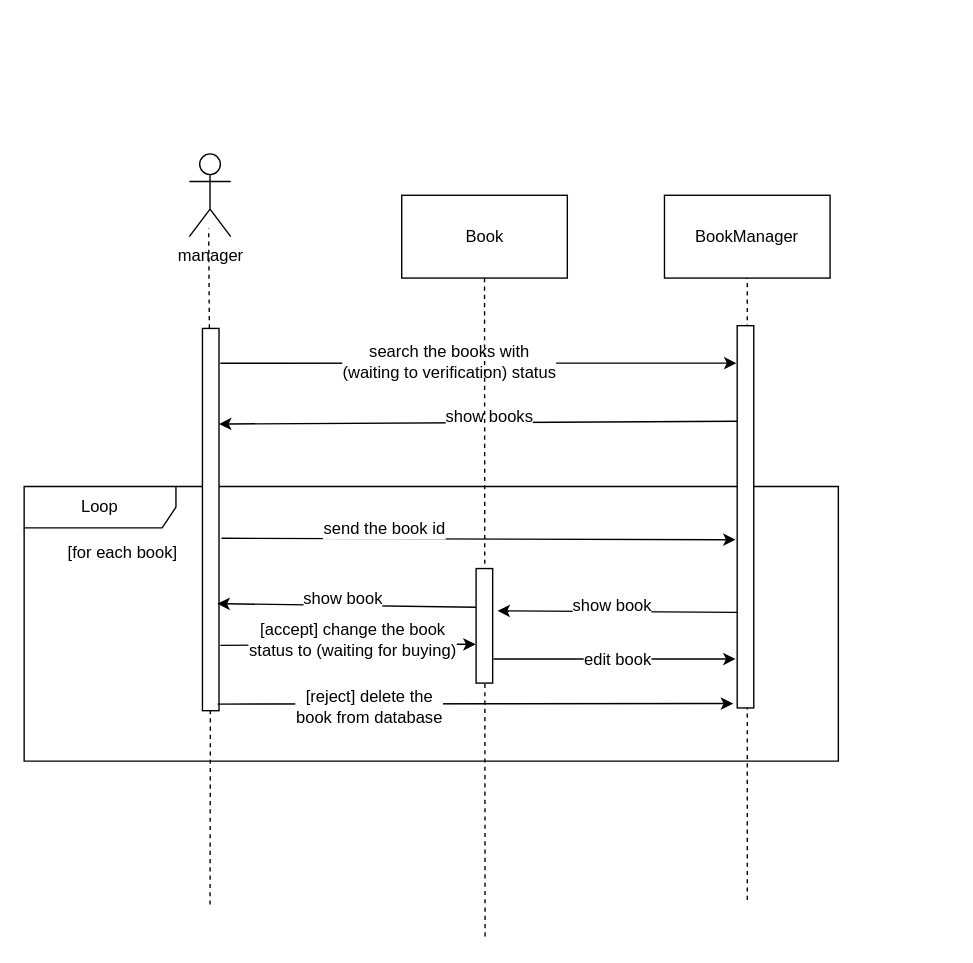
Before: Communication Diagram/communication-diagram-book-verification.drawio in m-bassiri/HamyarApp, a draw.io diagram. Source tidied: cells renumbered, new cells numbered last; positions are measured from the earlier drawing's top-left corner, leaving out a move shared by most shapes. Both pictures are drawn from the tidied source at 138%, with x=0, y=0 at pixel (19, 153).
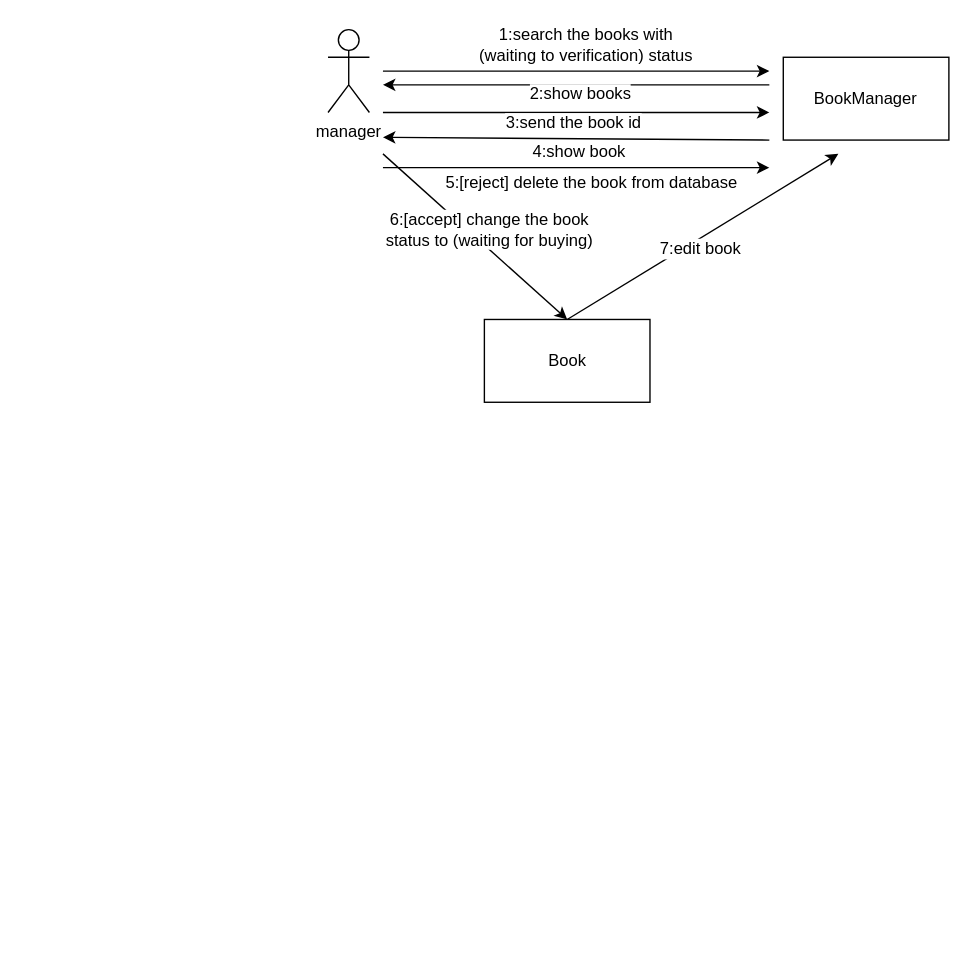
The same page after the edit.

Diff of the diagram source:
```diff
@@
-    <mxCell id="2" value="Loop" style="shape=umlFrame;whiteSpace=wrap;html=1;width=110;height=30;" parent="1" vertex="1">
-      <mxGeometry x="3" y="241" width="590" height="199" as="geometry" />
-    </mxCell>
     <mxCell id="3" value="manager" style="shape=umlActor;verticalLabelPosition=bottom;labelBackgroundColor=#ffffff;verticalAlign=top;html=1;" parent="1" vertex="1">
-      <mxGeometry x="122.7" width="30" height="60" as="geometry" />
+      <mxGeometry x="223.2" y="-90" width="30" height="60" as="geometry" />
     </mxCell>
-    <mxCell id="4" style="endArrow=none;dashed=1;html=1;" parent="1" edge="1" source="5">
-      <mxGeometry relative="1" as="geometry">
-        <mxPoint x="136.7" y="54" as="targetPoint" />
-      </mxGeometry>
-    </mxCell>
-    <mxCell id="5" style="rounded=0;whiteSpace=wrap;html=1;rotation=-90;" parent="1" vertex="1">
-      <mxGeometry x="-0.3" y="259" width="277" height="12" as="geometry" />
-    </mxCell>
-    <mxCell id="6" style="endArrow=none;dashed=1;html=1;" parent="1" edge="1" target="5">
-      <mxGeometry relative="1" as="geometry">
-        <mxPoint x="137.7" y="544" as="sourcePoint" />
-      </mxGeometry>
-    </mxCell>
-    <mxCell id="7" value="BookManager" style="rounded=0;whiteSpace=wrap;html=1;" parent="1" vertex="1">
-      <mxGeometry x="467" y="30" width="120" height="60" as="geometry" />
+    <mxCell id="7" value="Book" style="rounded=0;whiteSpace=wrap;html=1;" parent="1" vertex="1">
+      <mxGeometry x="336.5" y="120" width="120" height="60" as="geometry" />
     </mxCell>
-    <mxCell id="8" style="endArrow=none;dashed=1;html=1;entryX=0.5;entryY=1;entryDx=0;entryDy=0;" parent="1" edge="1" target="7">
-      <mxGeometry relative="1" as="geometry">
-        <mxPoint x="527" y="540.6" as="sourcePoint" />
-      </mxGeometry>
-    </mxCell>
-    <mxCell id="9" style="rounded=0;whiteSpace=wrap;html=1;rotation=-90;" parent="1" vertex="1">
-      <mxGeometry x="387.2" y="257" width="277" height="12" as="geometry" />
-    </mxCell>
-    <mxCell id="10" style="endArrow=classic;html=1;exitX=0.909;exitY=1.081;exitDx=0;exitDy=0;exitPerimeter=0;entryX=0.902;entryY=-0.044;entryDx=0;entryDy=0;entryPerimeter=0;" parent="1" edge="1" source="5" target="9">
-      <mxGeometry relative="1" as="geometry" />
+    <mxCell id="10" style="endArrow=classic;html=1;" parent="1" edge="1">
+      <mxGeometry relative="1" as="geometry">
+        <mxPoint x="263" y="-60" as="sourcePoint" />
+        <mxPoint x="543" y="-60" as="targetPoint" />
+      </mxGeometry>
     </mxCell>
-    <mxCell id="11" value="search the books with &lt;br&gt;(waiting to verification)&amp;nbsp;status" style="text;html=1;align=center;verticalAlign=middle;labelBackgroundColor=#ffffff;" parent="10" vertex="1">
+    <mxCell id="11" value="1:search the books with &lt;br&gt;(waiting to verification)&amp;nbsp;status" style="text;html=1;align=center;verticalAlign=middle;labelBackgroundColor=#ffffff;" parent="10" vertex="1">
       <mxGeometry x="-0.12" y="5" relative="1" as="geometry">
-        <mxPoint x="0.5" y="3.5" as="offset" />
+        <mxPoint x="23" y="-15" as="offset" />
       </mxGeometry>
     </mxCell>
-    <mxCell id="12" style="endArrow=classic;html=1;exitX=0.75;exitY=0;exitDx=0;exitDy=0;entryX=0.75;entryY=1;entryDx=0;entryDy=0;" parent="1" edge="1" source="9" target="5">
-      <mxGeometry relative="1" as="geometry" />
+    <mxCell id="12" style="endArrow=classic;html=1;" parent="1" edge="1">
+      <mxGeometry relative="1" as="geometry">
+        <mxPoint x="543" y="-50" as="sourcePoint" />
+        <mxPoint x="263" y="-50" as="targetPoint" />
+      </mxGeometry>
     </mxCell>
-    <mxCell id="13" value="show books" style="text;html=1;align=center;verticalAlign=middle;labelBackgroundColor=#ffffff;" parent="12" vertex="1">
+    <mxCell id="13" value="2:show books" style="text;html=1;align=center;verticalAlign=middle;labelBackgroundColor=#ffffff;" parent="12" vertex="1">
       <mxGeometry x="-0.12" y="5" relative="1" as="geometry">
-        <mxPoint x="-15" y="-9.5" as="offset" />
+        <mxPoint x="-15" y="1.5" as="offset" />
       </mxGeometry>
     </mxCell>
-    <mxCell id="14" value="Book" style="rounded=0;whiteSpace=wrap;html=1;" parent="1" vertex="1">
-      <mxGeometry x="276.6" y="30" width="120" height="60" as="geometry" />
+    <mxCell id="14" value="BookManager" style="rounded=0;whiteSpace=wrap;html=1;" parent="1" vertex="1">
+      <mxGeometry x="553.1" y="-70" width="120" height="60" as="geometry" />
     </mxCell>
-    <mxCell id="15" style="endArrow=none;dashed=1;html=1;entryX=0.5;entryY=1;entryDx=0;entryDy=0;" parent="1" edge="1" target="14">
-      <mxGeometry relative="1" as="geometry">
-        <mxPoint x="337" y="567.1" as="sourcePoint" />
-      </mxGeometry>
-    </mxCell>
-    <mxCell id="16" value="[for each book]" style="text;html=1;align=left;verticalAlign=top;spacingTop=-4;" parent="1" vertex="1">
-      <mxGeometry x="32.5" y="279" width="90" height="20" as="geometry" />
-    </mxCell>
-    <mxCell id="17" style="endArrow=classic;html=1;exitX=0.451;exitY=1.153;exitDx=0;exitDy=0;entryX=0.44;entryY=-0.097;entryDx=0;entryDy=0;entryPerimeter=0;exitPerimeter=0;" parent="1" edge="1" source="5" target="9">
-      <mxGeometry relative="1" as="geometry" />
+    <mxCell id="17" style="endArrow=classic;html=1;" parent="1" edge="1">
+      <mxGeometry relative="1" as="geometry">
+        <mxPoint x="263" y="-30" as="sourcePoint" />
+        <mxPoint x="543" y="-30" as="targetPoint" />
+      </mxGeometry>
     </mxCell>
-    <mxCell id="18" value="send the book id" style="text;html=1;align=center;verticalAlign=middle;labelBackgroundColor=#ffffff;" parent="17" vertex="1">
+    <mxCell id="18" value="3:send the book id" style="text;html=1;align=center;verticalAlign=middle;labelBackgroundColor=#ffffff;" parent="17" vertex="1">
       <mxGeometry x="-0.12" y="5" relative="1" as="geometry">
-        <mxPoint x="-47" y="-3" as="offset" />
+        <mxPoint x="14" y="12" as="offset" />
       </mxGeometry>
     </mxCell>
-    <mxCell id="19" style="rounded=0;whiteSpace=wrap;html=1;rotation=-90;" parent="1" vertex="1">
-      <mxGeometry x="295" y="336" width="83" height="12" as="geometry" />
-    </mxCell>
-    <mxCell id="20" style="endArrow=classic;html=1;exitX=0.25;exitY=0;exitDx=0;exitDy=0;entryX=0.631;entryY=1.292;entryDx=0;entryDy=0;entryPerimeter=0;" parent="1" edge="1" source="9" target="19">
-      <mxGeometry relative="1" as="geometry" />
+    <mxCell id="20" style="endArrow=classic;html=1;" parent="1" edge="1">
+      <mxGeometry relative="1" as="geometry">
+        <mxPoint x="543" y="-10" as="sourcePoint" />
+        <mxPoint x="263" y="-12" as="targetPoint" />
+      </mxGeometry>
     </mxCell>
-    <mxCell id="21" value="show book&lt;br&gt;" style="text;html=1;align=center;verticalAlign=middle;labelBackgroundColor=#ffffff;" parent="20" vertex="1">
+    <mxCell id="21" value="4:show book&lt;br&gt;" style="text;html=1;align=center;verticalAlign=middle;labelBackgroundColor=#ffffff;" parent="20" vertex="1">
       <mxGeometry x="-0.12" y="5" relative="1" as="geometry">
-        <mxPoint x="-15" y="-9.5" as="offset" />
+        <mxPoint x="-15" y="4.5" as="offset" />
       </mxGeometry>
     </mxCell>
-    <mxCell id="22" style="endArrow=classic;html=1;exitX=0.25;exitY=0;exitDx=0;exitDy=0;entryX=0.28;entryY=0.903;entryDx=0;entryDy=0;entryPerimeter=0;" parent="1" edge="1" target="5">
-      <mxGeometry relative="1" as="geometry">
-        <mxPoint x="330.3" y="328.5" as="sourcePoint" />
-      </mxGeometry>
-    </mxCell>
-    <mxCell id="23" value="show book&lt;br&gt;" style="text;html=1;align=center;verticalAlign=middle;labelBackgroundColor=#ffffff;" parent="22" vertex="1">
-      <mxGeometry x="-0.12" y="5" relative="1" as="geometry">
-        <mxPoint x="-15" y="-9.5" as="offset" />
-      </mxGeometry>
-    </mxCell>
-    <mxCell id="24" style="endArrow=classic;html=1;exitX=0.171;exitY=1.083;exitDx=0;exitDy=0;entryX=0.339;entryY=-0.028;entryDx=0;entryDy=0;entryPerimeter=0;exitPerimeter=0;" parent="1" edge="1" source="5" target="19">
-      <mxGeometry relative="1" as="geometry" />
+    <mxCell id="24" style="endArrow=classic;html=1;entryX=0.5;entryY=0;entryDx=0;entryDy=0;" parent="1" edge="1" target="7">
+      <mxGeometry relative="1" as="geometry">
+        <mxPoint x="263" as="sourcePoint" />
+      </mxGeometry>
     </mxCell>
-    <mxCell id="25" value="[accept] change the book&lt;br&gt;status to (waiting for buying)&lt;br&gt;" style="text;html=1;align=center;verticalAlign=middle;labelBackgroundColor=#ffffff;" parent="24" vertex="1">
+    <mxCell id="25" value="6:[accept] change the book&lt;br&gt;status to (waiting for buying)&lt;br&gt;" style="text;html=1;align=center;verticalAlign=middle;labelBackgroundColor=#ffffff;" parent="24" vertex="1">
       <mxGeometry x="-0.12" y="5" relative="1" as="geometry">
-        <mxPoint x="14" y="0.5" as="offset" />
+        <mxPoint x="14" y="5.5" as="offset" />
       </mxGeometry>
     </mxCell>
-    <mxCell id="26" style="endArrow=classic;html=1;entryX=0.128;entryY=-0.097;entryDx=0;entryDy=0;entryPerimeter=0;" parent="1" edge="1" target="9">
+    <mxCell id="26" style="endArrow=classic;html=1;exitX=0.5;exitY=0;exitDx=0;exitDy=0;" parent="1" edge="1" source="7">
       <mxGeometry relative="1" as="geometry">
-        <mxPoint x="343" y="366" as="sourcePoint" />
+        <mxPoint x="593" as="targetPoint" />
       </mxGeometry>
     </mxCell>
-    <mxCell id="27" value="edit book&lt;br&gt;" style="text;html=1;align=center;verticalAlign=middle;labelBackgroundColor=#ffffff;" parent="26" vertex="1">
+    <mxCell id="27" value="7:edit book&lt;br&gt;" style="text;html=1;align=center;verticalAlign=middle;labelBackgroundColor=#ffffff;" parent="26" vertex="1">
       <mxGeometry x="-0.12" y="5" relative="1" as="geometry">
         <mxPoint x="12.5" y="5" as="offset" />
       </mxGeometry>
     </mxCell>
-    <mxCell id="28" style="endArrow=classic;html=1;exitX=0.171;exitY=1.083;exitDx=0;exitDy=0;entryX=0.04;entryY=-0.236;entryDx=0;entryDy=0;entryPerimeter=0;exitPerimeter=0;" parent="1" edge="1">
+    <mxCell id="28" style="endArrow=classic;html=1;" parent="1" edge="1">
       <mxGeometry relative="1" as="geometry">
-        <mxPoint x="143.2" y="398.7" as="sourcePoint" />
-        <mxPoint x="516.8" y="398.3" as="targetPoint" />
+        <mxPoint x="263" y="10" as="sourcePoint" />
+        <mxPoint x="543" y="10" as="targetPoint" />
       </mxGeometry>
     </mxCell>
-    <mxCell id="29" value="[reject] delete the &lt;br&gt;book from database&lt;br&gt;" style="text;html=1;align=center;verticalAlign=middle;labelBackgroundColor=#ffffff;" parent="28" vertex="1">
+    <mxCell id="29" value="5:[reject] delete the&amp;nbsp;book from database&lt;br&gt;" style="text;html=1;align=center;verticalAlign=middle;labelBackgroundColor=#ffffff;" parent="28" vertex="1">
       <mxGeometry x="-0.12" y="5" relative="1" as="geometry">
-        <mxPoint x="-55" y="6.5" as="offset" />
+        <mxPoint x="27" y="15" as="offset" />
       </mxGeometry>
     </mxCell>
```
